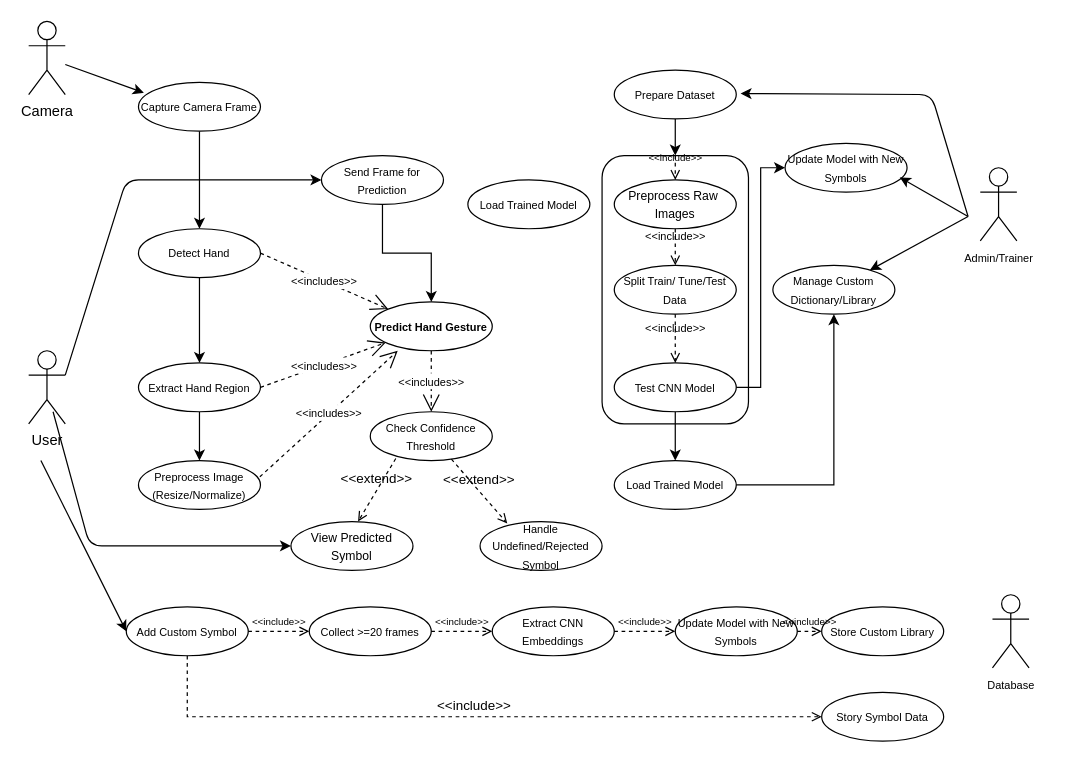
Coffee-With-Bro/Coffee-With-Bro keeps this draw.io diagram as page "UseCase Diagram working" (1 of 2) of cream_with_bro/classDiagram/usecase diagram.drawio. Above is the earlier version. Source tidied: cells renumbered, new cells numbered last; positions are measured from the earlier drawing's top-left corner, leaving out a move shared by most shapes. Both pictures are drawn from the tidied source at 122%, with x=0, y=0 at pixel (28, 21).
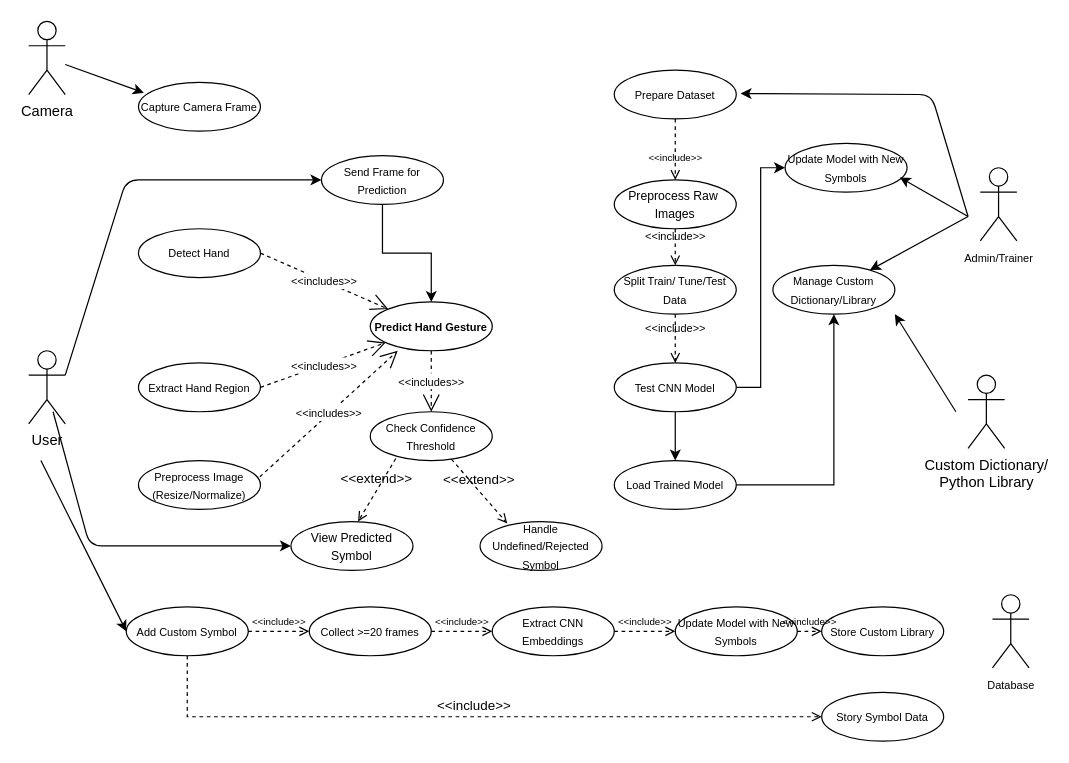
The same page after the edit.

Commit message (it also covers changes not shown here):
Add revised activity, class and use case diagrams

Unchanged cells that the change refers to:
```xml
<mxCell id="6" value="&lt;font style=&quot;font-size: 9px;&quot;&gt;Capture Camera Frame&lt;/font&gt;" style="ellipse;whiteSpace=wrap;html=1;" parent="1" vertex="1">
  <mxGeometry x="90" y="50" width="100" height="40" as="geometry" />
</mxCell>
<mxCell id="8" value="&lt;font style=&quot;font-size: 9px;&quot;&gt;Detect Hand&lt;/font&gt;" style="ellipse;whiteSpace=wrap;html=1;" parent="1" vertex="1">
  <mxGeometry x="90" y="170" width="100" height="40" as="geometry" />
</mxCell>
<mxCell id="10" value="&lt;font style=&quot;font-size: 9px;&quot;&gt;Extract Hand Region&lt;/font&gt;" style="ellipse;whiteSpace=wrap;html=1;" parent="1" vertex="1">
  <mxGeometry x="90" y="280" width="100" height="40" as="geometry" />
</mxCell>
<mxCell id="11" value="&lt;font style=&quot;font-size: 9px;&quot;&gt;Preprocess Image&lt;/font&gt;&lt;div&gt;&lt;font style=&quot;font-size: 9px;&quot;&gt;(Resize/Normalize)&lt;/font&gt;&lt;/div&gt;" style="ellipse;whiteSpace=wrap;html=1;" parent="1" vertex="1">
  <mxGeometry x="90" y="360" width="100" height="40" as="geometry" />
</mxCell>
<mxCell id="40" value="&lt;font style=&quot;font-size: 9px;&quot;&gt;Prepare Dataset&lt;/font&gt;" style="ellipse;whiteSpace=wrap;html=1;" parent="1" vertex="1">
  <mxGeometry x="480" y="40" width="100" height="40" as="geometry" />
</mxCell>
<mxCell id="41" value="&lt;font size=&quot;1&quot;&gt;Preprocess Raw&amp;nbsp; Images&lt;/font&gt;" style="ellipse;whiteSpace=wrap;html=1;" parent="1" vertex="1">
  <mxGeometry x="480" y="130" width="100" height="40" as="geometry" />
</mxCell>
```

Change to the diagram source:
```diff
@@
-    <mxCell id="2" style="rounded=1;whiteSpace=wrap;html=1;" parent="1" vertex="1">
-      <mxGeometry x="470" y="110" width="120" height="220" as="geometry" />
-    </mxCell>
@@
-    <mxCell id="5" style="edgeStyle=orthogonalEdgeStyle;rounded=0;jettySize=auto;html=1;" parent="1" edge="1" source="6" target="8">
-      <mxGeometry relative="1" as="geometry" />
-    </mxCell>
@@
-    <mxCell id="7" style="edgeStyle=orthogonalEdgeStyle;rounded=0;jettySize=auto;html=1;" parent="1" edge="1" source="8" target="10">
-      <mxGeometry relative="1" as="geometry" />
-    </mxCell>
@@
-    <mxCell id="9" style="edgeStyle=orthogonalEdgeStyle;rounded=0;jettySize=auto;html=1;" parent="1" edge="1" source="10" target="11">
-      <mxGeometry relative="1" as="geometry" />
-    </mxCell>
@@
-    <mxCell id="14" value="&lt;font style=&quot;font-size: 9px;&quot;&gt;Load Trained Model&lt;/font&gt;" style="ellipse;whiteSpace=wrap;html=1;" parent="1" vertex="1">
-      <mxGeometry x="360" y="130" width="100" height="40" as="geometry" />
-    </mxCell>
@@
-    <mxCell id="47" style="endArrow=classic;html=1;rounded=0;exitX=0.5;exitY=1;exitDx=0;exitDy=0;entryX=0.5;entryY=0;entryDx=0;entryDy=0;" parent="1" edge="1" source="40" target="2">
-      <mxGeometry relative="1" as="geometry" />
+    <mxCell id="47" style="endArrow=none;html=1;rounded=0;exitX=0.5;exitY=1;exitDx=0;exitDy=0;entryX=0.5;entryY=0;entryDx=0;entryDy=0;dashed=1;endFill=0;" parent="1" edge="1" source="40">
+      <mxGeometry relative="1" as="geometry">
+        <mxPoint x="530" y="110" as="targetPoint" />
+      </mxGeometry>
     </mxCell>
-    <mxCell id="48" value="&lt;font style=&quot;font-size: 8px;&quot;&gt;&amp;lt;&amp;lt;include&amp;gt;&amp;gt;&lt;/font&gt;" style="html=1;verticalAlign=bottom;labelBackgroundColor=none;endArrow=open;endFill=0;dashed=1;rounded=0;exitX=0.5;exitY=0;exitDx=0;exitDy=0;" parent="1" edge="1" source="2" target="41">
-      <mxGeometry relative="1" as="geometry" />
+    <mxCell id="48" value="&lt;font style=&quot;font-size: 8px;&quot;&gt;&amp;lt;&amp;lt;include&amp;gt;&amp;gt;&lt;/font&gt;" style="html=1;verticalAlign=bottom;labelBackgroundColor=none;endArrow=open;endFill=0;dashed=1;rounded=0;exitX=0.5;exitY=0;exitDx=0;exitDy=0;" parent="1" edge="1" target="41">
+      <mxGeometry relative="1" as="geometry">
+        <mxPoint x="530" y="110" as="sourcePoint" />
+      </mxGeometry>
     </mxCell>
@@
+    <mxCell id="59" value="Custom Dictionary/&lt;div&gt;Python Library&lt;/div&gt;" style="shape=umlActor;verticalLabelPosition=bottom;verticalAlign=top;html=1;" parent="1" vertex="1">
+      <mxGeometry x="770" y="290" width="30" height="60" as="geometry" />
+    </mxCell>
+    <mxCell id="60" style="edgeStyle=none;orthogonalLoop=1;jettySize=auto;html=1;rounded=0;" parent="1" edge="1">
+      <mxGeometry relative="1" as="geometry">
+        <mxPoint x="760" y="320" as="sourcePoint" />
+        <mxPoint x="710" y="240" as="targetPoint" />
+      </mxGeometry>
+    </mxCell>
```
